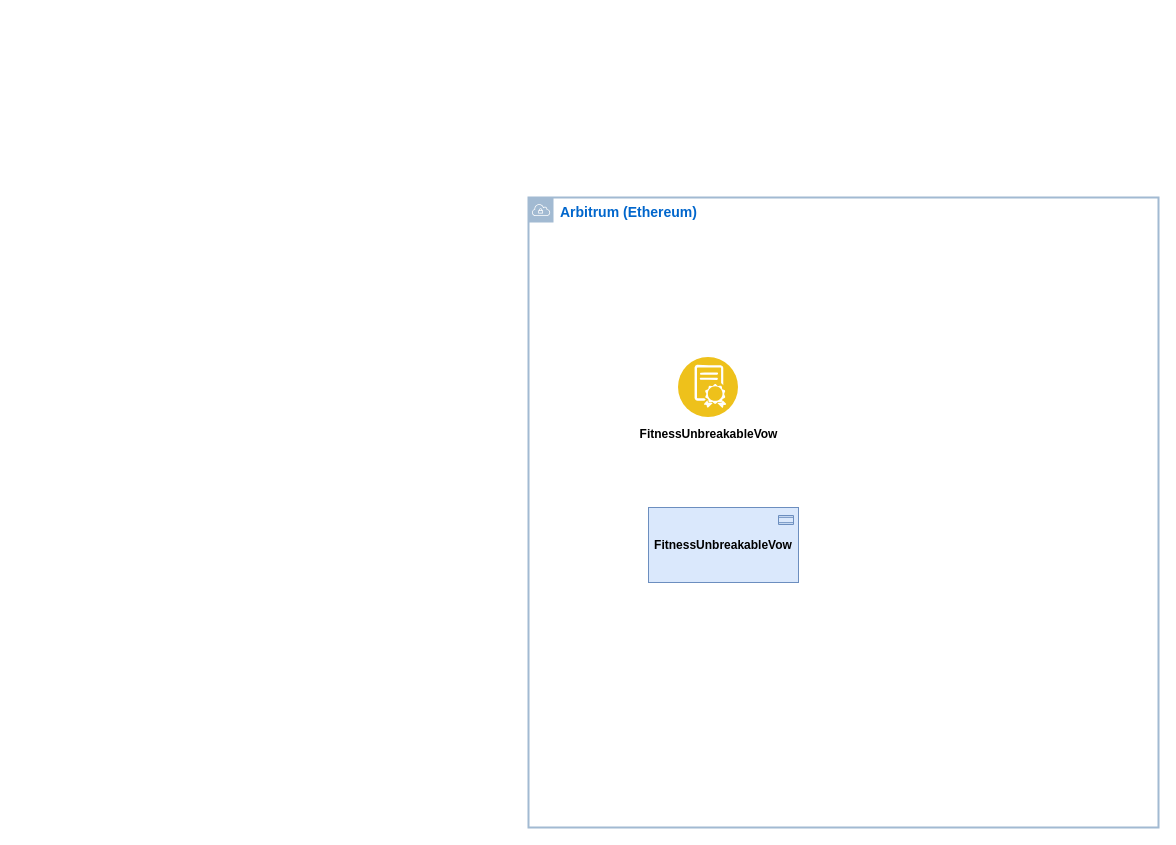
Above: page "Overview" (2 of 3) of Fitness-Unbreakable-Vow.drawio in pedrooaugusto/fitness-unbreakable-vow (draw.io), before the change. Source tidied: cells renumbered, new cells numbered last; positions are measured from the earlier drawing's top-left corner, leaving out a move shared by most shapes. Both pictures are drawn from the tidied source at 100%, with x=0, y=0 at pixel (528, 197).
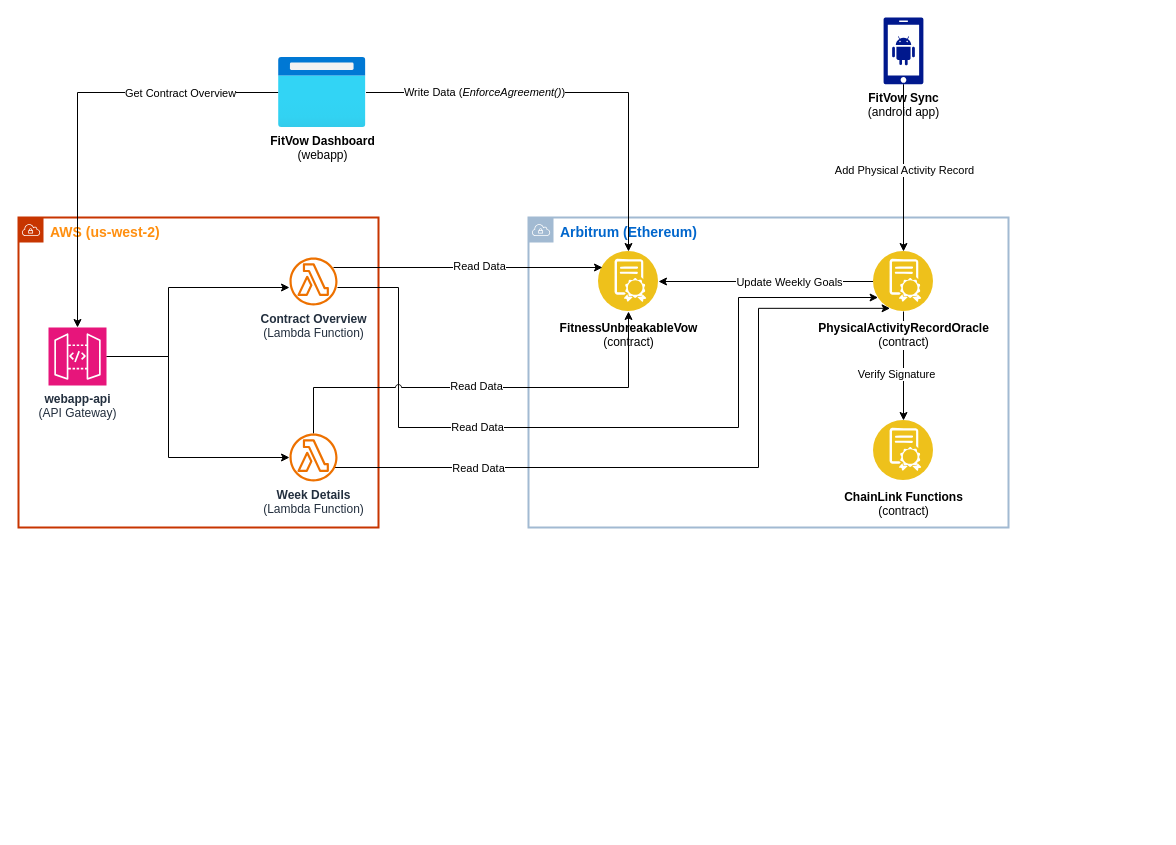
After the change.

What changed in the source:
```diff
@@
     <mxCell id="2" value="&lt;font style=&quot;font-size: 14px; color: rgb(0, 102, 204);&quot;&gt;&lt;b style=&quot;&quot;&gt;Arbitrum (Ethereum)&lt;/b&gt;&lt;/font&gt;" style="html=1;whiteSpace=wrap;fontSize=12;fontStyle=0;shape=mxgraph.aws4.group;grIcon=mxgraph.aws4.group_vpc;verticalAlign=top;align=left;spacingLeft=30;shadow=0;fillColor=none;strokeColor=#A2BAD2;fontColor=#333333;strokeWidth=2;" parent="1" vertex="1">
-      <mxGeometry width="630" height="630" as="geometry" />
+      <mxGeometry y="20" width="480" height="310" as="geometry" />
     </mxCell>
-    <mxCell id="3" value="&lt;b&gt;&lt;font style=&quot;color: rgb(0, 0, 0);&quot;&gt;&lt;font face=&quot;Helvetica&quot;&gt;FitnessUnbreakableVow&lt;/font&gt;&lt;br&gt;&lt;/font&gt;&lt;/b&gt;" style="image;perimeter=ellipsePerimeter;html=1;align=center;shadow=0;dashed=0;fontColor=#4277BB;labelBackgroundColor=default;fontSize=12;spacingTop=3;image=img/lib/ibm/blockchain/smart_contract.svg;imageBackground=none;" parent="1" vertex="1">
-      <mxGeometry x="150" y="160" width="60" height="60" as="geometry" />
+    <mxCell id="3" value="&lt;font style=&quot;color: rgb(0, 0, 0);&quot;&gt;&lt;font style=&quot;font-weight: bold;&quot; face=&quot;Helvetica&quot;&gt;FitnessUnbreakableVow&lt;br&gt;&lt;/font&gt;(contract)&lt;/font&gt;" style="image;perimeter=ellipsePerimeter;html=1;align=center;shadow=0;dashed=0;fontColor=#4277BB;labelBackgroundColor=default;fontSize=12;spacingTop=3;image=img/lib/ibm/blockchain/smart_contract.svg;imageBackground=none;" parent="1" vertex="1">
+      <mxGeometry x="70" y="54" width="60" height="60" as="geometry" />
     </mxCell>
-    <mxCell id="4" value="&lt;b style=&quot;color: rgb(66, 119, 187); text-wrap-mode: nowrap;&quot;&gt;&lt;font style=&quot;color: rgb(0, 0, 0);&quot;&gt;FitnessUnbreakableVow&lt;/font&gt;&lt;/b&gt;" style="html=1;whiteSpace=wrap;fillColor=#dae8fc;shape=mxgraph.archimate3.application;appType=contract;archiType=square;strokeColor=#6c8ebf;" parent="1" vertex="1">
-      <mxGeometry x="120" y="310" width="150" height="75" as="geometry" />
-    </mxCell>
+    <mxCell id="5" style="edgeStyle=orthogonalEdgeStyle;rounded=0;jettySize=auto;html=1;" parent="1" edge="1" source="9" target="10">
+      <mxGeometry relative="1" as="geometry" />
+    </mxCell>
+    <mxCell id="6" value="Verify Signature" style="edgeLabel;html=1;align=center;verticalAlign=middle;" parent="5" vertex="1">
+      <mxGeometry x="0.13" relative="1" as="geometry">
+        <mxPoint x="-8" as="offset" />
+      </mxGeometry>
+    </mxCell>
+    <mxCell id="7" style="rounded=0;jettySize=auto;html=1;exitX=0;exitY=0.5;exitDx=0;exitDy=0;" parent="1" edge="1" source="9" target="3">
+      <mxGeometry relative="1" as="geometry" />
+    </mxCell>
+    <mxCell id="8" value="Update Weekly Goals" style="edgeLabel;html=1;align=center;verticalAlign=middle;" parent="7" vertex="1">
+      <mxGeometry x="-0.21" relative="1" as="geometry" />
+    </mxCell>
+    <mxCell id="9" value="&lt;font style=&quot;color: rgb(0, 0, 0);&quot;&gt;&lt;font style=&quot;font-weight: bold;&quot; face=&quot;Helvetica&quot;&gt;PhysicalActivityRecordOracle&lt;br&gt;&lt;/font&gt;(contract)&lt;/font&gt;" style="image;perimeter=ellipsePerimeter;html=1;align=center;shadow=0;dashed=0;fontColor=#4277BB;labelBackgroundColor=default;fontSize=12;spacingTop=3;image=img/lib/ibm/blockchain/smart_contract.svg;imageBackground=none;" parent="1" vertex="1">
+      <mxGeometry x="345" y="54" width="60" height="60" as="geometry" />
+    </mxCell>
+    <mxCell id="10" value="&lt;font style=&quot;color: rgb(0, 0, 0);&quot;&gt;&lt;b&gt;ChainLink Functions&lt;/b&gt;&lt;br&gt;(contract)&lt;/font&gt;" style="image;perimeter=ellipsePerimeter;html=1;align=center;shadow=0;dashed=0;fontColor=#4277BB;labelBackgroundColor=default;fontSize=12;spacingTop=3;image=img/lib/ibm/blockchain/smart_contract.svg;imageBackground=none;" parent="1" vertex="1">
+      <mxGeometry x="345" y="223" width="60" height="60" as="geometry" />
+    </mxCell>
+    <mxCell id="11" value="&lt;font style=&quot;font-size: 14px; color: light-dark(rgb(255, 143, 15), rgb(86, 174, 255));&quot;&gt;&lt;b style=&quot;&quot;&gt;AWS (us-west-2)&lt;/b&gt;&lt;/font&gt;" style="html=1;whiteSpace=wrap;fontSize=12;fontStyle=0;shape=mxgraph.aws4.group;grIcon=mxgraph.aws4.group_vpc;verticalAlign=top;align=left;spacingLeft=30;shadow=0;strokeWidth=2;fillColor=none;strokeColor=#C73500;fontColor=#000000;" parent="1" vertex="1">
+      <mxGeometry x="-510" y="20" width="360" height="310" as="geometry" />
+    </mxCell>
+    <mxCell id="12" style="edgeStyle=orthogonalEdgeStyle;rounded=0;jettySize=auto;html=1;" parent="1" edge="1" source="14" target="19">
+      <mxGeometry relative="1" as="geometry">
+        <Array as="points">
+          <mxPoint x="-360" y="159" />
+          <mxPoint x="-360" y="90" />
+        </Array>
+      </mxGeometry>
+    </mxCell>
+    <mxCell id="13" style="edgeStyle=orthogonalEdgeStyle;rounded=0;jettySize=auto;html=1;" parent="1" edge="1" source="14" target="24">
+      <mxGeometry relative="1" as="geometry">
+        <Array as="points">
+          <mxPoint x="-360" y="159" />
+          <mxPoint x="-360" y="260" />
+        </Array>
+      </mxGeometry>
+    </mxCell>
+    <mxCell id="14" value="&lt;b&gt;webapp-api&lt;/b&gt;&lt;br&gt;(API Gateway)" style="sketch=0;points=[[0,0,0],[0.25,0,0],[0.5,0,0],[0.75,0,0],[1,0,0],[0,1,0],[0.25,1,0],[0.5,1,0],[0.75,1,0],[1,1,0],[0,0.25,0],[0,0.5,0],[0,0.75,0],[1,0.25,0],[1,0.5,0],[1,0.75,0]];outlineConnect=0;fontColor=#232F3E;fillColor=#E7157B;strokeColor=#ffffff;dashed=0;verticalLabelPosition=bottom;verticalAlign=top;align=center;html=1;fontSize=12;fontStyle=0;shape=mxgraph.aws4.resourceIcon;resIcon=mxgraph.aws4.api_gateway;" parent="1" vertex="1">
+      <mxGeometry x="-480" y="130" width="58" height="58" as="geometry" />
+    </mxCell>
+    <mxCell id="15" style="rounded=0;orthogonalLoop=1;jettySize=auto;html=1;edgeStyle=orthogonalEdgeStyle;" parent="1" edge="1">
+      <mxGeometry relative="1" as="geometry">
+        <mxPoint x="-195" y="70" as="sourcePoint" />
+        <mxPoint x="74" y="70" as="targetPoint" />
+      </mxGeometry>
+    </mxCell>
+    <mxCell id="16" value="Read Data" style="edgeLabel;html=1;align=center;verticalAlign=middle;" parent="15" vertex="1">
+      <mxGeometry x="-0.04" y="2" relative="1" as="geometry">
+        <mxPoint x="16" as="offset" />
+      </mxGeometry>
+    </mxCell>
+    <mxCell id="17" style="edgeStyle=orthogonalEdgeStyle;rounded=0;orthogonalLoop=1;jettySize=auto;html=1;" parent="1" edge="1">
+      <mxGeometry relative="1" as="geometry">
+        <mxPoint x="-191" y="90" as="sourcePoint" />
+        <mxPoint x="349.6" y="100" as="targetPoint" />
+        <Array as="points">
+          <mxPoint x="-130" y="90" />
+          <mxPoint x="-130" y="230" />
+          <mxPoint x="210" y="230" />
+          <mxPoint x="210" y="100" />
+        </Array>
+      </mxGeometry>
+    </mxCell>
+    <mxCell id="18" value="Read Data" style="edgeLabel;html=1;align=center;verticalAlign=middle;" parent="17" vertex="1">
+      <mxGeometry x="-0.27" y="1" relative="1" as="geometry">
+        <mxPoint x="-17" as="offset" />
+      </mxGeometry>
+    </mxCell>
+    <mxCell id="19" value="&lt;b&gt;Contract Overview&lt;/b&gt;&lt;br&gt;(Lambda Function)" style="sketch=0;outlineConnect=0;fontColor=#232F3E;gradientColor=none;fillColor=#ED7100;strokeColor=none;dashed=0;verticalLabelPosition=bottom;verticalAlign=top;align=center;html=1;fontSize=12;fontStyle=0;shape=mxgraph.aws4.lambda_function;" parent="1" vertex="1">
+      <mxGeometry x="-239" y="60" width="48" height="48" as="geometry" />
+    </mxCell>
+    <mxCell id="20" style="rounded=0;jettySize=auto;html=1;edgeStyle=elbowEdgeStyle;entryX=0.25;entryY=1;entryDx=0;entryDy=0;" parent="1" edge="1" target="9">
+      <mxGeometry relative="1" as="geometry">
+        <mxPoint x="-194" y="270" as="sourcePoint" />
+        <Array as="points">
+          <mxPoint x="230" y="180" />
+        </Array>
+      </mxGeometry>
+    </mxCell>
+    <mxCell id="21" value="Read Data" style="edgeLabel;html=1;align=center;verticalAlign=middle;" parent="20" vertex="1">
+      <mxGeometry x="-0.6" relative="1" as="geometry" />
+    </mxCell>
+    <mxCell id="22" style="edgeStyle=orthogonalEdgeStyle;rounded=0;jettySize=auto;html=1;jumpStyle=arc;" parent="1" edge="1" source="24" target="3">
+      <mxGeometry relative="1" as="geometry">
+        <Array as="points">
+          <mxPoint x="-215" y="190" />
+          <mxPoint x="100" y="190" />
+        </Array>
+      </mxGeometry>
+    </mxCell>
+    <mxCell id="23" value="Read Data" style="edgeLabel;html=1;align=center;verticalAlign=middle;" parent="22" vertex="1">
+      <mxGeometry x="-0.12" y="2" relative="1" as="geometry">
+        <mxPoint x="16" as="offset" />
+      </mxGeometry>
+    </mxCell>
+    <mxCell id="24" value="&lt;b&gt;Week Details&lt;/b&gt;&lt;br&gt;(Lambda Function)" style="sketch=0;outlineConnect=0;fontColor=#232F3E;gradientColor=none;fillColor=#ED7100;strokeColor=none;dashed=0;verticalLabelPosition=bottom;verticalAlign=top;align=center;html=1;fontSize=12;fontStyle=0;shape=mxgraph.aws4.lambda_function;" parent="1" vertex="1">
+      <mxGeometry x="-239" y="236" width="48" height="48" as="geometry" />
+    </mxCell>
+    <mxCell id="25" style="edgeStyle=orthogonalEdgeStyle;rounded=0;jettySize=auto;html=1;entryX=0.5;entryY=0;entryDx=0;entryDy=0;" parent="1" edge="1" source="29" target="3">
+      <mxGeometry relative="1" as="geometry" />
+    </mxCell>
+    <mxCell id="26" value="Write Data (&lt;i&gt;EnforceAgreement()&lt;/i&gt;)" style="edgeLabel;html=1;align=center;verticalAlign=middle;" parent="25" vertex="1">
+      <mxGeometry x="-0.44" y="1" relative="1" as="geometry" />
+    </mxCell>
+    <mxCell id="27" style="edgeStyle=orthogonalEdgeStyle;rounded=0;jettySize=auto;html=1;" parent="1" edge="1" source="29" target="14">
+      <mxGeometry relative="1" as="geometry" />
+    </mxCell>
+    <mxCell id="28" value="Get Contract Overview" style="edgeLabel;html=1;align=center;verticalAlign=middle;" parent="27" vertex="1">
+      <mxGeometry x="-0.54" relative="1" as="geometry">
+        <mxPoint x="1" as="offset" />
+      </mxGeometry>
+    </mxCell>
+    <mxCell id="29" value="&lt;b&gt;FitVow Dashboard&lt;/b&gt;&lt;div&gt;(webapp)&lt;/div&gt;" style="image;html=1;points=[];align=center;fontSize=12;image=img/lib/azure2/general/Browser.svg;" parent="1" vertex="1">
+      <mxGeometry x="-250" y="-140" width="87.5" height="70" as="geometry" />
+    </mxCell>
+    <mxCell id="30" style="edgeStyle=orthogonalEdgeStyle;rounded=0;jettySize=auto;html=1;" parent="1" edge="1" source="32" target="9">
+      <mxGeometry relative="1" as="geometry" />
+    </mxCell>
+    <mxCell id="31" value="Add Physical Activity Record" style="edgeLabel;html=1;align=center;verticalAlign=middle;" parent="30" vertex="1">
+      <mxGeometry x="0.03" relative="1" as="geometry" />
+    </mxCell>
+    <mxCell id="32" value="&lt;b&gt;FitVow Sync&lt;/b&gt;&lt;br&gt;(android app)" style="sketch=0;shadow=0;dashed=0;html=1;strokeColor=none;labelPosition=center;verticalLabelPosition=bottom;verticalAlign=top;align=center;fillColor=#00188D;shape=mxgraph.mscae.enterprise.android_phone;" parent="1" vertex="1">
+      <mxGeometry x="355" y="-180" width="40" height="66.7" as="geometry" />
+    </mxCell>
```
